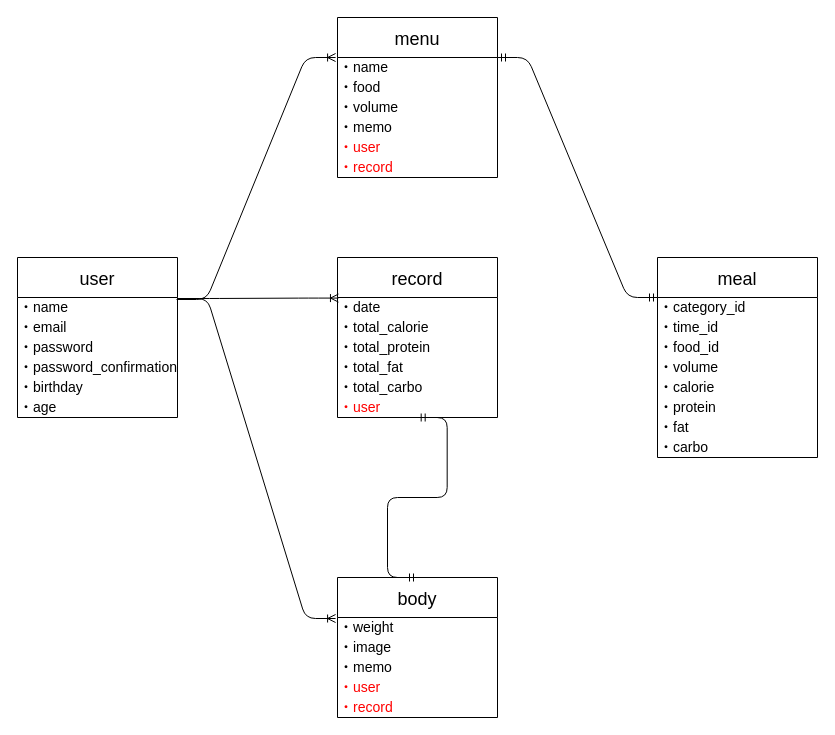
YamAtsu16/DietApp keeps this draw.io diagram as Draw.io/ER.dio. Above is the earlier version. Source tidied: cells renumbered, new cells numbered last; positions are measured from the earlier drawing's top-left corner, leaving out a move shared by most shapes. Both pictures are drawn from the tidied source at 100%, with x=0, y=0 at pixel (17, 17).
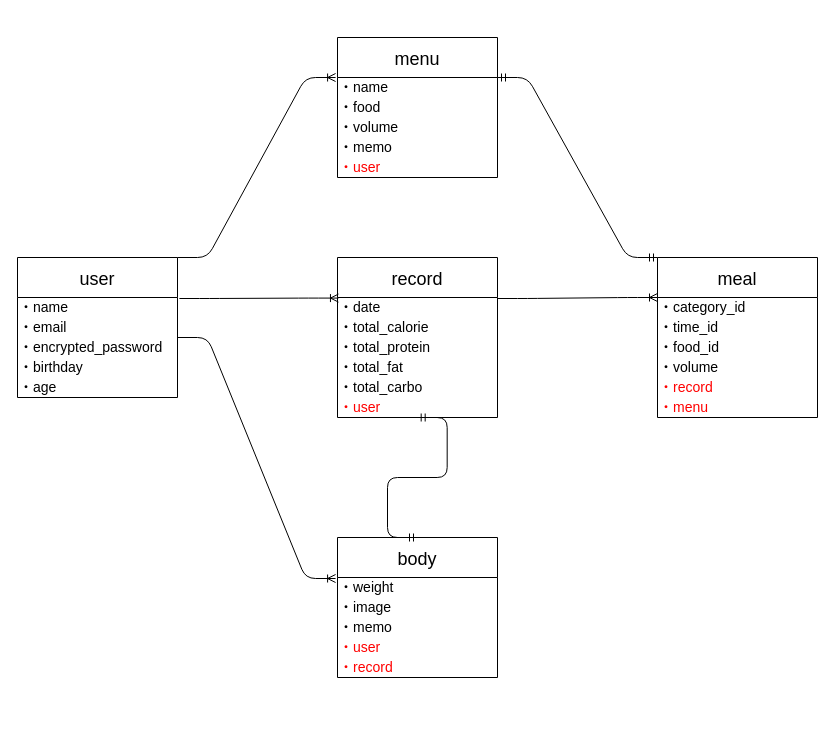
The same diagram, later.

Unchanged cells that the change refers to:
```xml
<mxCell id="3" value="・name" style="text;html=1;align=left;verticalAlign=middle;points=[];strokeColor=none;fillColor=none;fontSize=14;" parent="2" vertex="1">
  <mxGeometry y="40" width="160" height="20" as="geometry" />
</mxCell>
<mxCell id="4" value="・email" style="text;html=1;align=left;verticalAlign=middle;points=[];strokeColor=none;fillColor=none;fontSize=14;" parent="2" vertex="1">
  <mxGeometry y="60" width="160" height="20" as="geometry" />
</mxCell>
<mxCell id="10" value="・weight" style="text;html=1;align=left;verticalAlign=middle;points=[];strokeColor=none;fillColor=none;fontSize=14;" parent="9" vertex="1">
  <mxGeometry y="40" width="160" height="20" as="geometry" />
</mxCell>
<mxCell id="16" value="・category_id" style="text;html=1;align=left;verticalAlign=middle;points=[];strokeColor=none;fillColor=none;fontSize=14;" parent="15" vertex="1">
  <mxGeometry y="40" width="160" height="20" as="geometry" />
</mxCell>
<mxCell id="25" value="・name" style="text;html=1;align=left;verticalAlign=middle;points=[];strokeColor=none;fillColor=none;fontSize=14;" parent="24" vertex="1">
  <mxGeometry y="40" width="160" height="20" as="geometry" />
</mxCell>
<mxCell id="37" value="・date" style="text;html=1;align=left;verticalAlign=middle;points=[];strokeColor=none;fillColor=none;fontSize=14;" parent="36" vertex="1">
  <mxGeometry y="40" width="160" height="20" as="geometry" />
</mxCell>
```

What changed in the source:
```diff
@@
     <mxCell id="2" value="user" style="swimlane;fontStyle=0;horizontal=1;startSize=40;align=center;fontSize=18;fillColor=none;" parent="1" vertex="1">
-      <mxGeometry y="240" width="160" height="160" as="geometry" />
+      <mxGeometry y="240" width="160" height="140" as="geometry" />
     </mxCell>
@@
-    <mxCell id="5" value="・password" style="text;html=1;align=left;verticalAlign=middle;strokeColor=none;fillColor=none;fontSize=14;" parent="2" vertex="1">
+    <mxCell id="5" value="・encrypted_password" style="text;html=1;align=left;verticalAlign=middle;strokeColor=none;fillColor=none;fontSize=14;" parent="2" vertex="1">
       <mxGeometry y="80" width="160" height="20" as="geometry" />
     </mxCell>
-    <mxCell id="6" value="・password_confirmation" style="text;html=1;align=left;verticalAlign=middle;strokeColor=none;fillColor=none;fontSize=14;" parent="2" vertex="1">
-      <mxGeometry y="100" width="160" height="20" as="geometry" />
-    </mxCell>
     <mxCell id="7" value="・birthday" style="text;html=1;align=left;verticalAlign=middle;strokeColor=none;fillColor=none;fontSize=14;" parent="2" vertex="1">
-      <mxGeometry y="120" width="160" height="20" as="geometry" />
+      <mxGeometry y="100" width="160" height="20" as="geometry" />
     </mxCell>
     <mxCell id="8" value="・age" style="text;html=1;align=left;verticalAlign=middle;strokeColor=none;fillColor=none;fontSize=14;" parent="2" vertex="1">
-      <mxGeometry y="140" width="160" height="20" as="geometry" />
+      <mxGeometry y="120" width="160" height="20" as="geometry" />
     </mxCell>
     <mxCell id="9" value="body" style="swimlane;fontStyle=0;horizontal=1;startSize=40;align=center;fontSize=18;fillColor=none;" parent="1" vertex="1">
-      <mxGeometry x="320" y="560" width="160" height="140" as="geometry" />
+      <mxGeometry x="320" y="520" width="160" height="140" as="geometry" />
     </mxCell>
@@
     <mxCell id="15" value="meal" style="swimlane;fontStyle=0;horizontal=1;startSize=40;align=center;fontSize=18;fillColor=none;" parent="1" vertex="1">
-      <mxGeometry x="640" y="240" width="160" height="200" as="geometry" />
+      <mxGeometry x="640" y="240" width="160" height="160" as="geometry" />
     </mxCell>
@@
-    <mxCell id="20" value="・calorie" style="text;html=1;align=left;verticalAlign=middle;strokeColor=none;fillColor=none;fontSize=14;" parent="15" vertex="1">
-      <mxGeometry y="120" width="160" height="20" as="geometry" />
-    </mxCell>
-    <mxCell id="21" value="・protein" style="text;html=1;align=left;verticalAlign=middle;strokeColor=none;fillColor=none;fontSize=14;" parent="15" vertex="1">
-      <mxGeometry y="140" width="160" height="20" as="geometry" />
-    </mxCell>
-    <mxCell id="22" value="・fat" style="text;html=1;align=left;verticalAlign=middle;strokeColor=none;fillColor=none;fontSize=14;" parent="15" vertex="1">
-      <mxGeometry y="160" width="160" height="20" as="geometry" />
-    </mxCell>
-    <mxCell id="23" value="・carbo" style="text;html=1;align=left;verticalAlign=middle;strokeColor=none;fillColor=none;fontSize=14;" parent="15" vertex="1">
-      <mxGeometry y="180" width="160" height="20" as="geometry" />
-    </mxCell>
+    <mxCell id="30" value="&lt;font color=&quot;#ff0000&quot;&gt;・record&lt;/font&gt;" style="text;html=1;align=left;verticalAlign=middle;strokeColor=none;fillColor=none;fontSize=14;" parent="15" vertex="1">
+      <mxGeometry y="120" width="160" height="20" as="geometry" />
+    </mxCell>
+    <mxCell id="43" value="&lt;font color=&quot;#ff0000&quot;&gt;・menu&lt;/font&gt;" style="text;html=1;align=left;verticalAlign=middle;strokeColor=none;fillColor=none;fontSize=14;" parent="15" vertex="1">
+      <mxGeometry y="140" width="160" height="20" as="geometry" />
+    </mxCell>
     <mxCell id="24" value="menu" style="swimlane;fontStyle=0;horizontal=1;startSize=40;align=center;fontSize=18;fillColor=none;" parent="1" vertex="1">
-      <mxGeometry x="320" width="160" height="160" as="geometry" />
+      <mxGeometry x="320" y="20" width="160" height="140" as="geometry" />
     </mxCell>
@@
-    <mxCell id="30" value="&lt;font color=&quot;#ff0000&quot;&gt;・record&lt;/font&gt;" style="text;html=1;align=left;verticalAlign=middle;strokeColor=none;fillColor=none;fontSize=14;" parent="24" vertex="1">
-      <mxGeometry y="140" width="160" height="20" as="geometry" />
-    </mxCell>
-    <mxCell id="31" style="edgeStyle=entityRelationEdgeStyle;fontSize=12;html=1;endArrow=ERoneToMany;entryX=-0.012;entryY=0.05;entryDx=0;entryDy=0;exitX=1;exitY=0.05;exitDx=0;exitDy=0;entryPerimeter=0;exitPerimeter=0;" parent="1" edge="1" source="3" target="10">
+    <mxCell id="31" style="edgeStyle=entityRelationEdgeStyle;fontSize=12;html=1;endArrow=ERoneToMany;entryX=-0.012;entryY=0.05;entryDx=0;entryDy=0;exitX=1;exitY=1;exitDx=0;exitDy=0;entryPerimeter=0;exitPerimeter=0;" parent="1" edge="1" source="4" target="10">
       <mxGeometry relative="1" as="geometry" />
     </mxCell>
-    <mxCell id="32" style="edgeStyle=entityRelationEdgeStyle;fontSize=12;html=1;endArrow=ERoneToMany;exitX=0.994;exitY=0.1;exitDx=0;exitDy=0;entryX=-0.012;entryY=0;entryDx=0;entryDy=0;entryPerimeter=0;exitPerimeter=0;" parent="1" edge="1" source="3" target="25">
+    <mxCell id="32" style="edgeStyle=entityRelationEdgeStyle;fontSize=12;html=1;endArrow=ERoneToMany;exitX=1;exitY=0;exitDx=0;exitDy=0;entryX=-0.012;entryY=0;entryDx=0;entryDy=0;entryPerimeter=0;" parent="1" edge="1" source="2" target="25">
       <mxGeometry relative="1" as="geometry" />
     </mxCell>
@@
-    <mxCell id="34" style="edgeStyle=entityRelationEdgeStyle;fontSize=12;html=1;endArrow=ERmandOne;startArrow=ERmandOne;exitX=0;exitY=0;exitDx=0;exitDy=0;entryX=1;entryY=0.25;entryDx=0;entryDy=0;exitPerimeter=0;" parent="1" edge="1" source="16" target="24">
+    <mxCell id="34" style="edgeStyle=entityRelationEdgeStyle;fontSize=12;html=1;endArrow=ERmandOne;startArrow=ERmandOne;exitX=0;exitY=0;exitDx=0;exitDy=0;entryX=1;entryY=0;entryDx=0;entryDy=0;entryPerimeter=0;" parent="1" edge="1" source="15" target="25">
       <mxGeometry relative="1" as="geometry" />
     </mxCell>
@@
+    <mxCell id="44" style="edgeStyle=entityRelationEdgeStyle;fontSize=12;html=1;endArrow=ERoneToMany;entryX=0;entryY=0;entryDx=0;entryDy=0;entryPerimeter=0;exitX=1;exitY=0.05;exitDx=0;exitDy=0;exitPerimeter=0;" parent="1" edge="1" source="37" target="16">
+      <mxGeometry relative="1" as="geometry" />
+    </mxCell>
```
